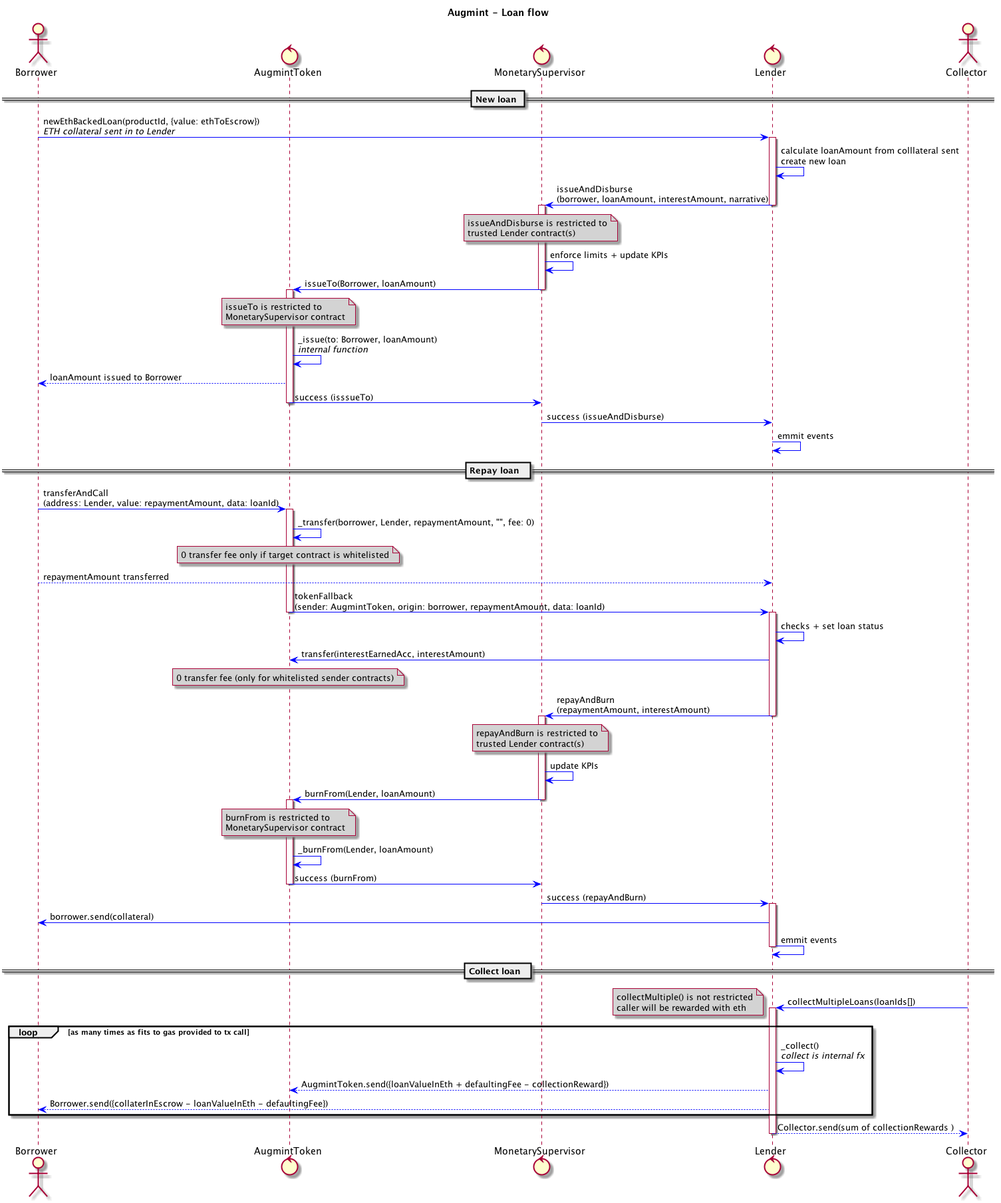
Earlier version of the PlantUML export docs/loanFlow.png (Augmint/augmint-contracts).
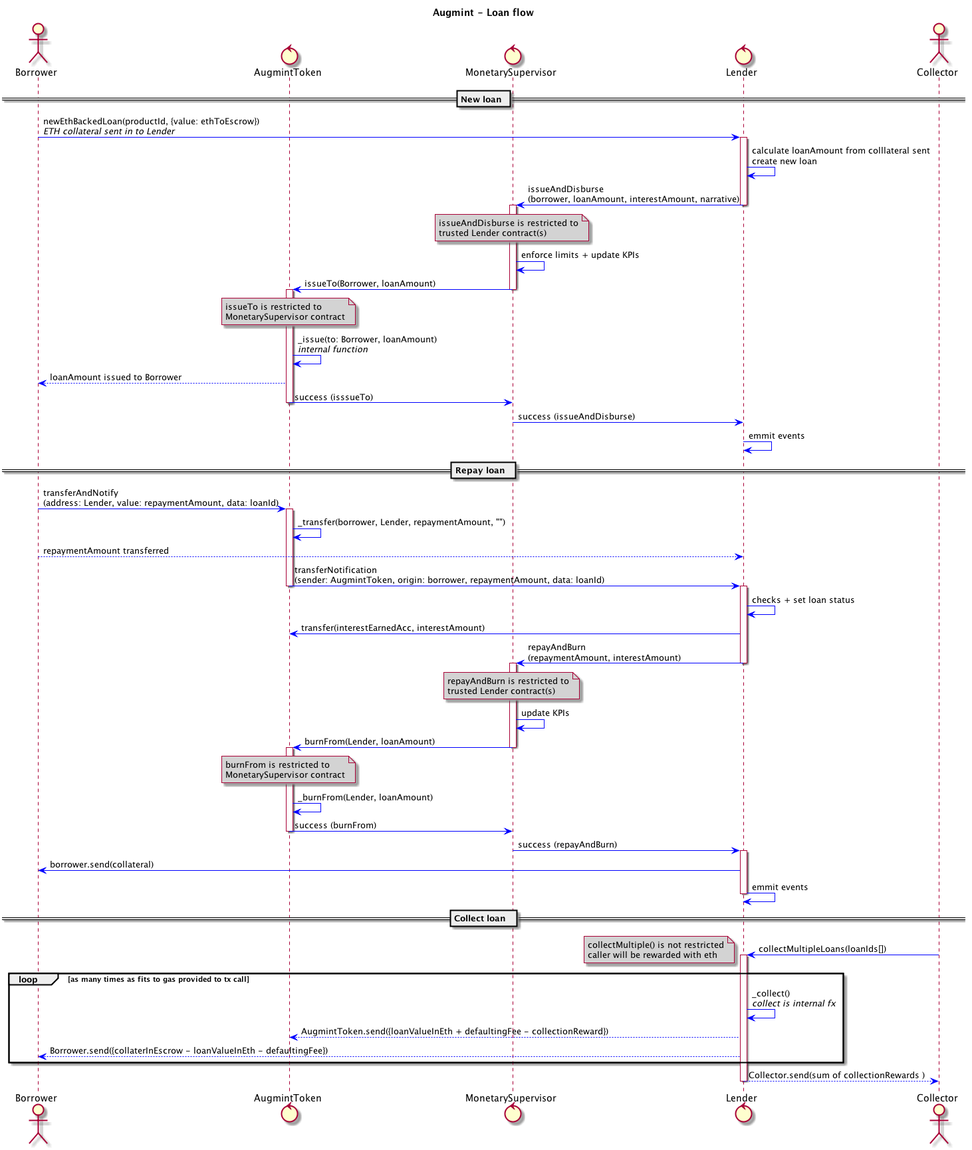
After the change.

What changed in the source:
```diff
@@ -40,26 +40,18 @@
 
 Lender -> Lender : emmit events
 
-
-
 == Repay loan  ==
-Borrower -> AugmintToken : transferAndCall\n(address: Lender, value: repaymentAmount, data: loanId)
+Borrower -> AugmintToken : transferAndNotify\n(address: Lender, value: repaymentAmount, data: loanId)
 
 activate AugmintToken
-    AugmintToken -> AugmintToken : _transfer(borrower, Lender, repaymentAmount, "", fee: 0)
-    note over AugmintToken
-        0 transfer fee only if target contract is whitelisted
-    end note
+    AugmintToken -> AugmintToken : _transfer(borrower, Lender, repaymentAmount, "")
     Borrower --> Lender : repaymentAmount transferred
-    AugmintToken -> Lender : tokenFallback\n(sender: AugmintToken, origin: borrower, repaymentAmount, data: loanId)
+    AugmintToken -> Lender : transferNotification\n(sender: AugmintToken, origin: borrower, repaymentAmount, data: loanId)
 deactivate AugmintToken
 
 activate Lender
     Lender -> Lender : checks + set loan status
     Lender -> AugmintToken : transfer(interestEarnedAcc, interestAmount)
-    note over AugmintToken
-        0 transfer fee (only for whitelisted sender contracts)
-    end note
     Lender -> MonetarySupervisor : repayAndBurn\n(repaymentAmount, interestAmount)
     note over MonetarySupervisor
         repayAndBurn is restricted to
```
